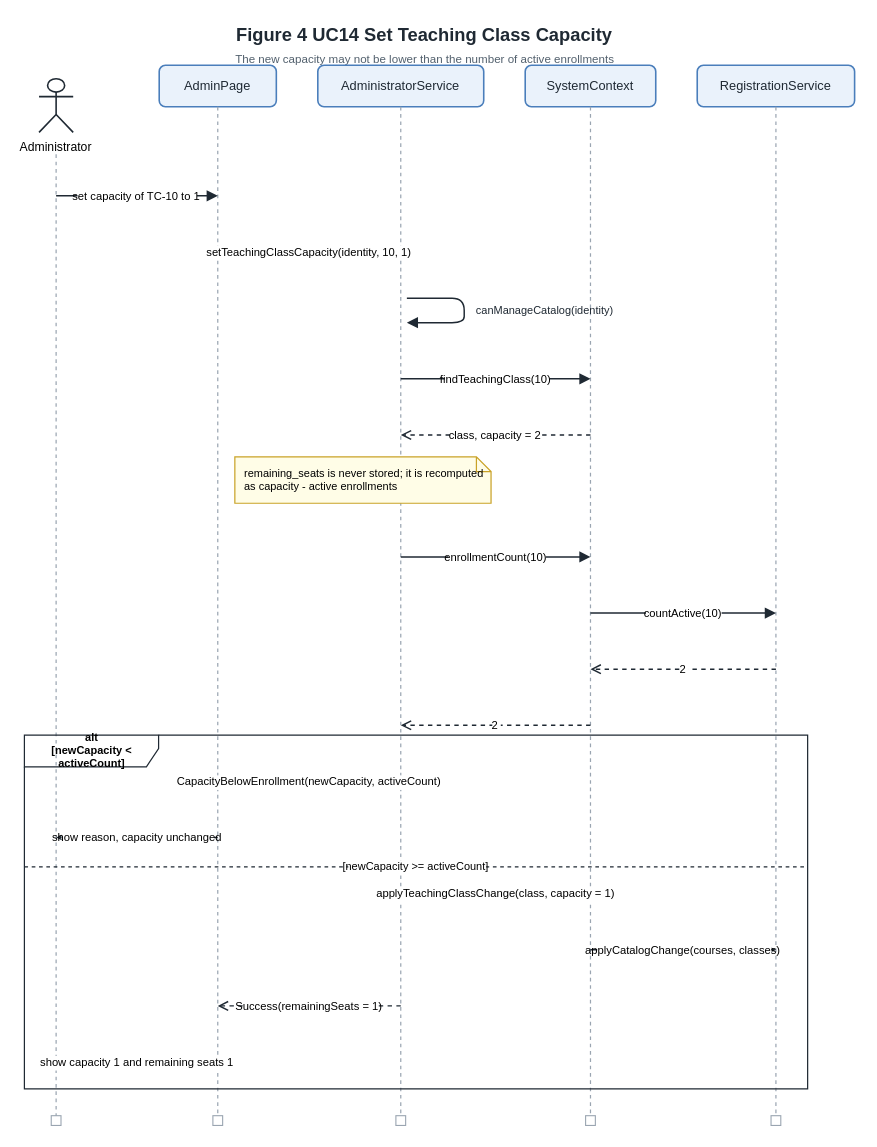
Earlier version of the draw.io diagram docs/task3/figures/fig4_uc14_set_teaching_class_capacity.drawio (huasang-nb/improved-university-course-registration-system). Source tidied: cells renumbered, new cells numbered last; positions are measured from the earlier drawing's top-left corner, leaving out a move shared by most shapes. Both pictures are drawn from the tidied source at 122%, with x=0, y=0 at pixel (23, 21).
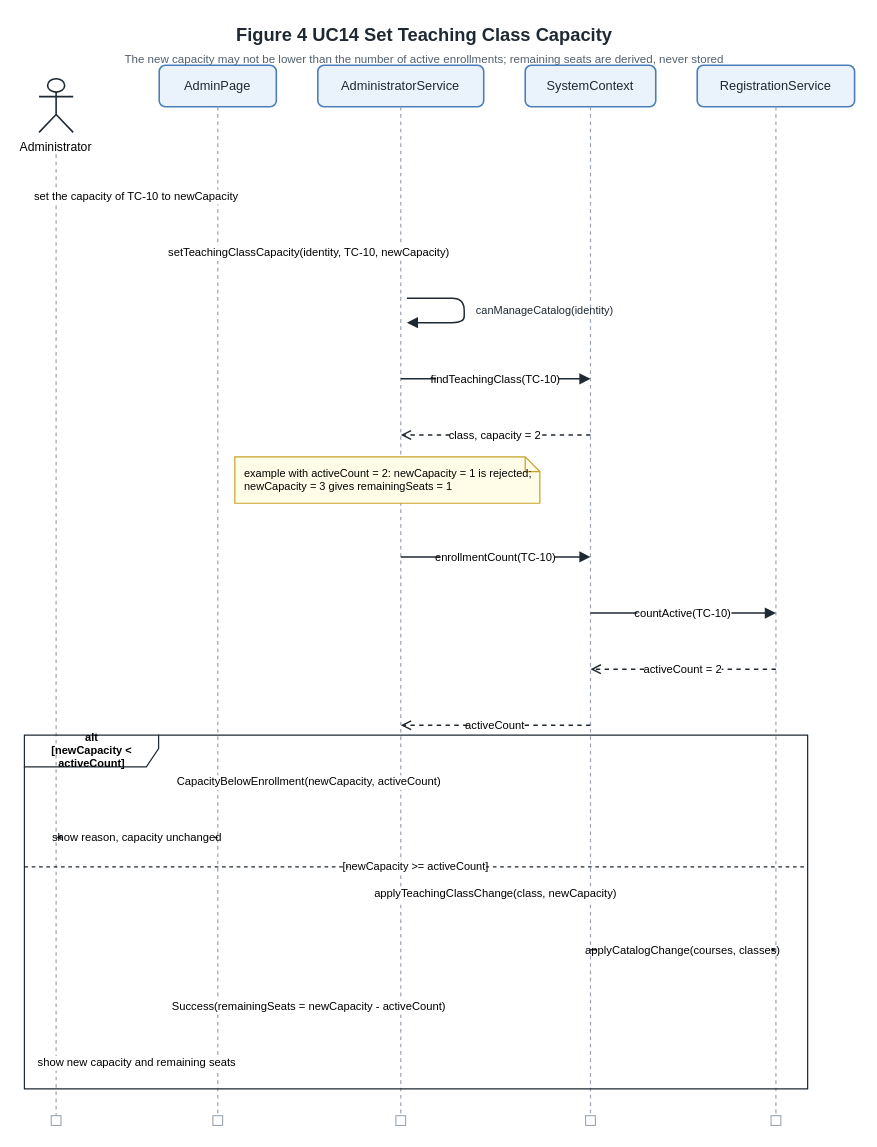
Above is the later version.

The edit, as a diff of the source:
```diff
@@
-    <mxCell id="3" value="The new capacity may not be lower than the number of active enrollments" style="text;html=0;whiteSpace=wrap;fontSize=9.5;fontStyle=0;fontColor=#52606D;align=center;verticalAlign=middle;fontFamily=Microsoft YaHei;" parent="1" vertex="1">
-      <mxGeometry x="133.5" y="23.9" width="390" height="14.2" as="geometry" />
+    <mxCell id="3" value="The new capacity may not be lower than the number of active enrollments; remaining seats are derived, never stored" style="text;html=0;whiteSpace=wrap;fontSize=9.5;fontStyle=0;fontColor=#52606D;align=center;verticalAlign=middle;fontFamily=Microsoft YaHei;" parent="1" vertex="1">
+      <mxGeometry x="30" y="23.9" width="597" height="14.2" as="geometry" />
     </mxCell>
@@
-    <mxCell id="19" value="set capacity of TC-10 to 1" style="endArrow=block;endFill=1;html=0;dashed=0;strokeColor=#1F2933;strokeWidth=1.2;labelBackgroundColor=#FFFFFF;fontSize=9.2;fontFamily=Microsoft YaHei;" parent="1" edge="1">
+    <mxCell id="19" value="set the capacity of TC-10 to newCapacity" style="endArrow=block;endFill=1;html=0;dashed=0;strokeColor=#1F2933;strokeWidth=1.2;labelBackgroundColor=#FFFFFF;fontSize=9.2;fontFamily=Microsoft YaHei;" parent="1" edge="1">
       <mxGeometry relative="1" as="geometry">
         <mxPoint x="26.5" y="143" as="sourcePoint" />
         <mxPoint x="159" y="143" as="targetPoint" />
       </mxGeometry>
     </mxCell>
-    <mxCell id="20" value="setTeachingClassCapacity(identity, 10, 1)" style="endArrow=block;endFill=1;html=0;dashed=0;strokeColor=#1F2933;strokeWidth=1.2;labelBackgroundColor=#FFFFFF;fontSize=9.2;fontFamily=Microsoft YaHei;" parent="1" edge="1">
+    <mxCell id="20" value="setTeachingClassCapacity(identity, TC-10, newCapacity)" style="endArrow=block;endFill=1;html=0;dashed=0;strokeColor=#1F2933;strokeWidth=1.2;labelBackgroundColor=#FFFFFF;fontSize=9.2;fontFamily=Microsoft YaHei;" parent="1" edge="1">
       <mxGeometry relative="1" as="geometry">
         <mxPoint x="159" y="189" as="sourcePoint" />
         <mxPoint x="309" y="189" as="targetPoint" />
       </mxGeometry>
     </mxCell>
@@
-    <mxCell id="23" value="findTeachingClass(10)" style="endArrow=block;endFill=1;html=0;dashed=0;strokeColor=#1F2933;strokeWidth=1.2;labelBackgroundColor=#FFFFFF;fontSize=9.2;fontFamily=Microsoft YaHei;" parent="1" edge="1">
+    <mxCell id="23" value="findTeachingClass(TC-10)" style="endArrow=block;endFill=1;html=0;dashed=0;strokeColor=#1F2933;strokeWidth=1.2;labelBackgroundColor=#FFFFFF;fontSize=9.2;fontFamily=Microsoft YaHei;" parent="1" edge="1">
       <mxGeometry relative="1" as="geometry">
         <mxPoint x="309" y="293" as="sourcePoint" />
         <mxPoint x="464.5" y="293" as="targetPoint" />
       </mxGeometry>
     </mxCell>
@@
-    <mxCell id="25" value="enrollmentCount(10)" style="endArrow=block;endFill=1;html=0;dashed=0;strokeColor=#1F2933;strokeWidth=1.2;labelBackgroundColor=#FFFFFF;fontSize=9.2;fontFamily=Microsoft YaHei;" parent="1" edge="1">
+    <mxCell id="25" value="enrollmentCount(TC-10)" style="endArrow=block;endFill=1;html=0;dashed=0;strokeColor=#1F2933;strokeWidth=1.2;labelBackgroundColor=#FFFFFF;fontSize=9.2;fontFamily=Microsoft YaHei;" parent="1" edge="1">
       <mxGeometry relative="1" as="geometry">
         <mxPoint x="309" y="439" as="sourcePoint" />
         <mxPoint x="464.5" y="439" as="targetPoint" />
       </mxGeometry>
     </mxCell>
-    <mxCell id="26" value="countActive(10)" style="endArrow=block;endFill=1;html=0;dashed=0;strokeColor=#1F2933;strokeWidth=1.2;labelBackgroundColor=#FFFFFF;fontSize=9.2;fontFamily=Microsoft YaHei;" parent="1" edge="1">
+    <mxCell id="26" value="countActive(TC-10)" style="endArrow=block;endFill=1;html=0;dashed=0;strokeColor=#1F2933;strokeWidth=1.2;labelBackgroundColor=#FFFFFF;fontSize=9.2;fontFamily=Microsoft YaHei;" parent="1" edge="1">
       <mxGeometry relative="1" as="geometry">
         <mxPoint x="464.5" y="485" as="sourcePoint" />
         <mxPoint x="616.5" y="485" as="targetPoint" />
       </mxGeometry>
     </mxCell>
-    <mxCell id="27" value="2" style="endArrow=open;endFill=0;html=0;dashed=1;strokeColor=#1F2933;strokeWidth=1.2;labelBackgroundColor=#FFFFFF;fontSize=9.2;fontFamily=Microsoft YaHei;" parent="1" edge="1">
+    <mxCell id="27" value="activeCount = 2" style="endArrow=open;endFill=0;html=0;dashed=1;strokeColor=#1F2933;strokeWidth=1.2;labelBackgroundColor=#FFFFFF;fontSize=9.2;fontFamily=Microsoft YaHei;" parent="1" edge="1">
       <mxGeometry relative="1" as="geometry">
         <mxPoint x="616.5" y="531" as="sourcePoint" />
         <mxPoint x="464.5" y="531" as="targetPoint" />
       </mxGeometry>
     </mxCell>
-    <mxCell id="28" value="2" style="endArrow=open;endFill=0;html=0;dashed=1;strokeColor=#1F2933;strokeWidth=1.2;labelBackgroundColor=#FFFFFF;fontSize=9.2;fontFamily=Microsoft YaHei;" parent="1" edge="1">
+    <mxCell id="28" value="activeCount" style="endArrow=open;endFill=0;html=0;dashed=1;strokeColor=#1F2933;strokeWidth=1.2;labelBackgroundColor=#FFFFFF;fontSize=9.2;fontFamily=Microsoft YaHei;" parent="1" edge="1">
       <mxGeometry relative="1" as="geometry">
         <mxPoint x="464.5" y="577" as="sourcePoint" />
         <mxPoint x="309" y="577" as="targetPoint" />
       </mxGeometry>
     </mxCell>
@@
-    <mxCell id="31" value="applyTeachingClassChange(class, capacity = 1)" style="endArrow=block;endFill=1;html=0;dashed=0;strokeColor=#1F2933;strokeWidth=1.2;labelBackgroundColor=#FFFFFF;fontSize=9.2;fontFamily=Microsoft YaHei;" parent="1" edge="1">
+    <mxCell id="31" value="applyTeachingClassChange(class, newCapacity)" style="endArrow=block;endFill=1;html=0;dashed=0;strokeColor=#1F2933;strokeWidth=1.2;labelBackgroundColor=#FFFFFF;fontSize=9.2;fontFamily=Microsoft YaHei;" parent="1" edge="1">
       <mxGeometry relative="1" as="geometry">
         <mxPoint x="309" y="715" as="sourcePoint" />
         <mxPoint x="464.5" y="715" as="targetPoint" />
       </mxGeometry>
     </mxCell>
@@
-    <mxCell id="33" value="Success(remainingSeats = 1)" style="endArrow=open;endFill=0;html=0;dashed=1;strokeColor=#1F2933;strokeWidth=1.2;labelBackgroundColor=#FFFFFF;fontSize=9.2;fontFamily=Microsoft YaHei;" parent="1" edge="1">
+    <mxCell id="33" value="Success(remainingSeats = newCapacity - activeCount)" style="endArrow=open;endFill=0;html=0;dashed=1;strokeColor=#1F2933;strokeWidth=1.2;labelBackgroundColor=#FFFFFF;fontSize=9.2;fontFamily=Microsoft YaHei;" parent="1" edge="1">
       <mxGeometry relative="1" as="geometry">
         <mxPoint x="309" y="807" as="sourcePoint" />
         <mxPoint x="159" y="807" as="targetPoint" />
       </mxGeometry>
     </mxCell>
-    <mxCell id="34" value="show capacity 1 and remaining seats 1" style="endArrow=open;endFill=0;html=0;dashed=0;strokeColor=#1F2933;strokeWidth=1.2;labelBackgroundColor=#FFFFFF;fontSize=9.2;fontFamily=Microsoft YaHei;" parent="1" edge="1">
+    <mxCell id="34" value="show new capacity and remaining seats" style="endArrow=open;endFill=0;html=0;dashed=0;strokeColor=#1F2933;strokeWidth=1.2;labelBackgroundColor=#FFFFFF;fontSize=9.2;fontFamily=Microsoft YaHei;" parent="1" edge="1">
       <mxGeometry relative="1" as="geometry">
         <mxPoint x="159" y="853" as="sourcePoint" />
         <mxPoint x="26.5" y="853" as="targetPoint" />
       </mxGeometry>
     </mxCell>
@@
-    <mxCell id="37" value="remaining_seats is never stored; it is recomputed as capacity - active enrollments" style="shape=note;whiteSpace=wrap;html=0;size=12;fillColor=#FFFDE7;strokeColor=#C9A227;align=left;verticalAlign=middle;fontSize=9;fontFamily=Microsoft YaHei;spacingLeft=6;" parent="1" vertex="1">
-      <mxGeometry x="173" y="357" width="210" height="38" as="geometry" />
+    <mxCell id="37" value="example with activeCount = 2: newCapacity = 1 is rejected; newCapacity = 3 gives remainingSeats = 1" style="shape=note;whiteSpace=wrap;html=0;size=12;fillColor=#FFFDE7;strokeColor=#C9A227;align=left;verticalAlign=middle;fontSize=9;fontFamily=Microsoft YaHei;spacingLeft=6;" parent="1" vertex="1">
+      <mxGeometry x="173" y="357" width="250" height="38" as="geometry" />
     </mxCell>
```
